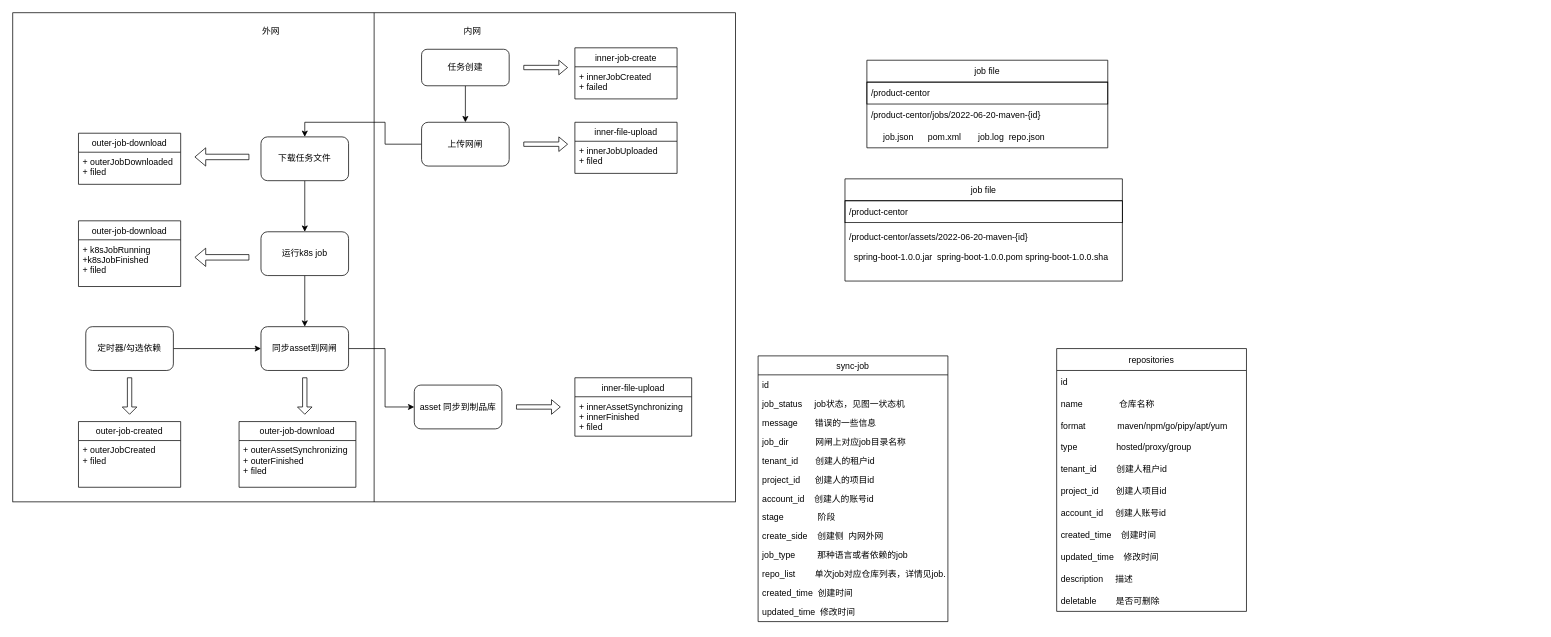
Before: page "第 14 页" (13 of 13) of ProductRepository.drawio in zzl-code/drawImg, a draw.io diagram. Source tidied: cells renumbered, new cells numbered last; positions are measured from the earlier drawing's top-left corner, leaving out a move shared by most shapes. Both pictures are drawn from the tidied source at 73%, with x=0, y=0 at pixel (12, 12).
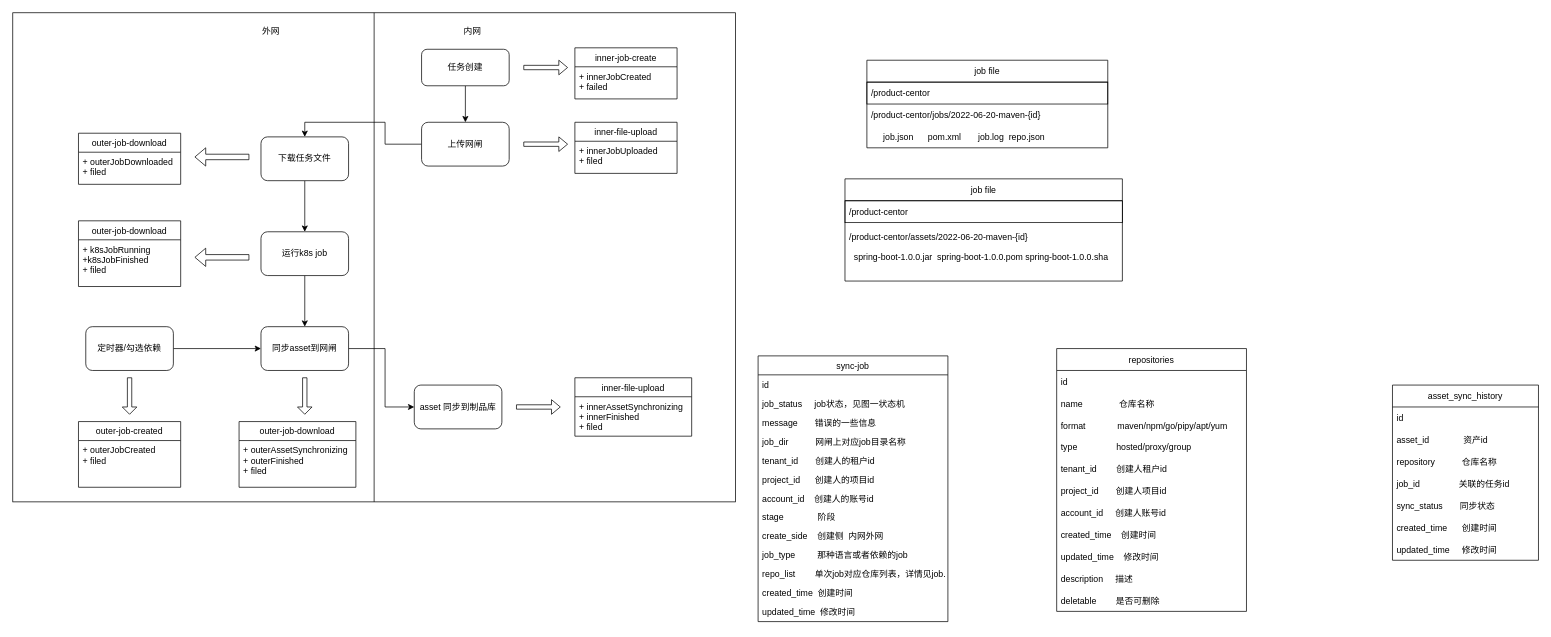
The same page after the edit.

What changed in the source:
```diff
@@
+    <mxCell id="73" value="asset_sync_history" style="swimlane;fontStyle=0;horizontal=1;startSize=30;strokeColor=default;" parent="1" vertex="1">
+      <mxGeometry x="1890" y="510" width="200" height="240" as="geometry" />
+    </mxCell>
+    <mxCell id="74" value="id" style="text;strokeColor=none;fillColor=none;align=left;verticalAlign=middle;spacingLeft=4;spacingRight=4;overflow=hidden;" parent="73" vertex="1">
+      <mxGeometry y="30" width="200" height="30" as="geometry" />
+    </mxCell>
+    <mxCell id="75" value="asset_id              资产id" style="text;strokeColor=none;fillColor=none;align=left;verticalAlign=middle;spacingLeft=4;spacingRight=4;overflow=hidden;" parent="73" vertex="1">
+      <mxGeometry y="60" width="200" height="30" as="geometry" />
+    </mxCell>
+    <mxCell id="76" value="repository           仓库名称" style="text;strokeColor=none;fillColor=none;align=left;verticalAlign=middle;spacingLeft=4;spacingRight=4;overflow=hidden;" parent="73" vertex="1">
+      <mxGeometry y="90" width="200" height="30" as="geometry" />
+    </mxCell>
+    <mxCell id="77" value="job_id                关联的任务id" style="text;strokeColor=none;fillColor=none;align=left;verticalAlign=middle;spacingLeft=4;spacingRight=4;overflow=hidden;" parent="73" vertex="1">
+      <mxGeometry y="120" width="200" height="30" as="geometry" />
+    </mxCell>
+    <mxCell id="78" value="sync_status       同步状态" style="text;strokeColor=none;fillColor=none;align=left;verticalAlign=middle;spacingLeft=4;spacingRight=4;overflow=hidden;" parent="73" vertex="1">
+      <mxGeometry y="150" width="200" height="30" as="geometry" />
+    </mxCell>
+    <mxCell id="79" value="created_time      创建时间" style="text;strokeColor=none;fillColor=none;align=left;verticalAlign=middle;spacingLeft=4;spacingRight=4;overflow=hidden;" parent="73" vertex="1">
+      <mxGeometry y="180" width="200" height="30" as="geometry" />
+    </mxCell>
+    <mxCell id="80" value="updated_time     修改时间" style="text;strokeColor=none;fillColor=none;align=left;verticalAlign=middle;spacingLeft=4;spacingRight=4;overflow=hidden;" parent="73" vertex="1">
+      <mxGeometry y="210" width="200" height="30" as="geometry" />
+    </mxCell>
```
